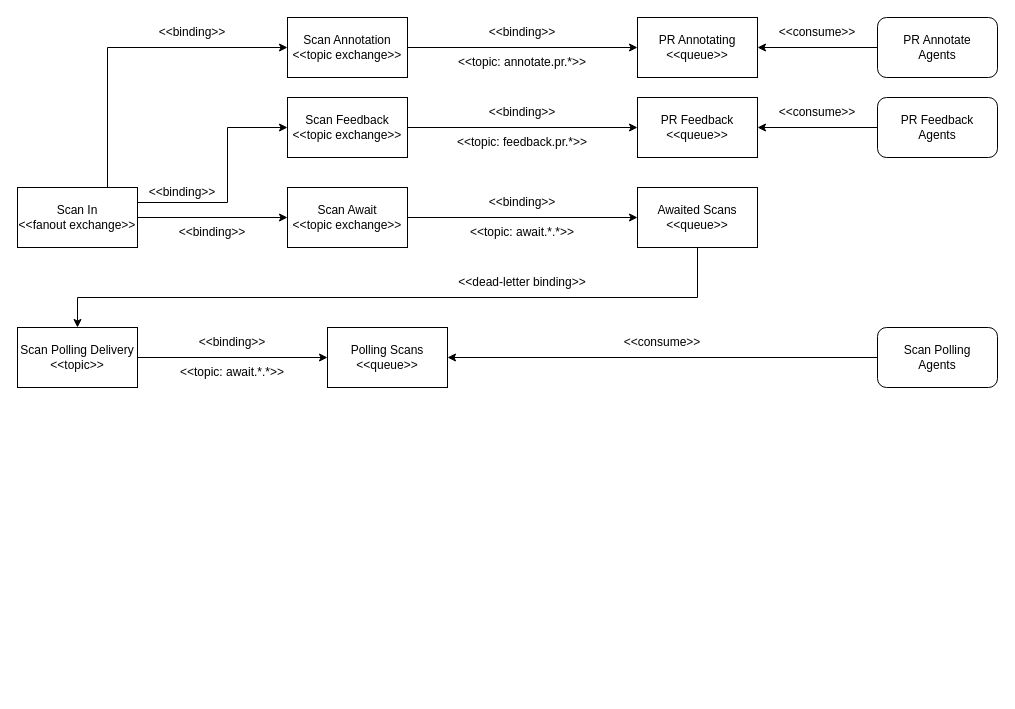
Above: page "Queue" (3 of 9) of manual/graphics/cxoneflow-diagrams.drawio in rattalur/cxone-flow2 (draw.io), before the change. Source tidied: cells renumbered, new cells numbered last; positions are measured from the earlier drawing's top-left corner, leaving out a move shared by most shapes. Both pictures are drawn from the tidied source at 100%, with x=0, y=0 at pixel (17, 17).
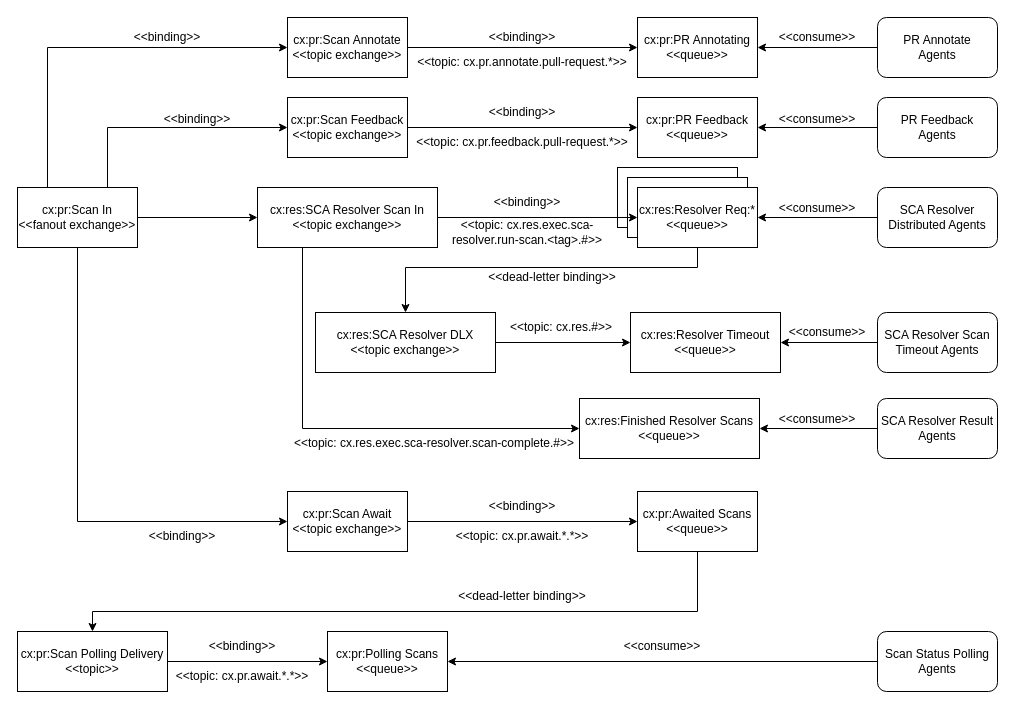
Above is the later version.

Diff of the diagram source:
```diff
@@
+    <mxCell id="40" style="rounded=0;whiteSpace=wrap;html=1;" parent="1" vertex="1">
+      <mxGeometry x="600" y="150" width="120" height="60" as="geometry" />
+    </mxCell>
+    <mxCell id="41" style="rounded=0;whiteSpace=wrap;html=1;" parent="1" vertex="1">
+      <mxGeometry x="610" y="160" width="120" height="60" as="geometry" />
+    </mxCell>
-    <mxCell id="2" value="&lt;div&gt;&lt;span style=&quot;background-color: initial;&quot;&gt;&amp;lt;&amp;lt;topic: await.*.*&amp;gt;&amp;gt;&lt;/span&gt;&lt;br&gt;&lt;/div&gt;" style="text;html=1;align=center;verticalAlign=middle;whiteSpace=wrap;rounded=0;" parent="1" vertex="1">
-      <mxGeometry x="390" y="200" width="230" height="30" as="geometry" />
+    <mxCell id="2" value="&lt;div&gt;&lt;span style=&quot;background-color: initial;&quot;&gt;&amp;lt;&amp;lt;topic: cx.pr.await.*.*&amp;gt;&amp;gt;&lt;/span&gt;&lt;br&gt;&lt;/div&gt;" style="text;html=1;align=center;verticalAlign=middle;whiteSpace=wrap;rounded=0;" parent="1" vertex="1">
+      <mxGeometry x="390" y="504" width="230" height="30" as="geometry" />
     </mxCell>
-    <mxCell id="3" value="Scan In&lt;div&gt;&amp;lt;&amp;lt;fanout exchange&amp;gt;&amp;gt;&lt;/div&gt;" style="rounded=0;whiteSpace=wrap;html=1;" parent="1" vertex="1">
+    <mxCell id="3" value="cx:pr:Scan In&lt;div&gt;&amp;lt;&amp;lt;fanout exchange&amp;gt;&amp;gt;&lt;/div&gt;" style="rounded=0;whiteSpace=wrap;html=1;" parent="1" vertex="1">
       <mxGeometry y="170" width="120" height="60" as="geometry" />
     </mxCell>
-    <mxCell id="4" value="Scan Await&lt;div&gt;&amp;lt;&amp;lt;topic exchange&amp;gt;&amp;gt;&lt;/div&gt;" style="rounded=0;whiteSpace=wrap;html=1;" parent="1" vertex="1">
-      <mxGeometry x="270" y="170" width="120" height="60" as="geometry" />
+    <mxCell id="4" value="cx:pr:Scan Await&lt;div&gt;&amp;lt;&amp;lt;topic exchange&amp;gt;&amp;gt;&lt;/div&gt;" style="rounded=0;whiteSpace=wrap;html=1;" parent="1" vertex="1">
+      <mxGeometry x="270" y="474" width="120" height="60" as="geometry" />
     </mxCell>
-    <mxCell id="5" value="Scan Polling Delivery&lt;div&gt;&amp;lt;&amp;lt;topic&amp;gt;&amp;gt;&lt;/div&gt;" style="rounded=0;whiteSpace=wrap;html=1;" parent="1" vertex="1">
-      <mxGeometry y="310" width="120" height="60" as="geometry" />
+    <mxCell id="5" value="cx:pr:Scan Polling Delivery&lt;div&gt;&amp;lt;&amp;lt;topic&amp;gt;&amp;gt;&lt;/div&gt;" style="rounded=0;whiteSpace=wrap;html=1;" parent="1" vertex="1">
+      <mxGeometry y="614" width="150" height="60" as="geometry" />
     </mxCell>
-    <mxCell id="6" style="endArrow=classic;html=1;rounded=0;entryX=0;entryY=0.5;entryDx=0;entryDy=0;exitX=1;exitY=0.5;exitDx=0;exitDy=0;" parent="1" edge="1" source="3" target="4">
-      <mxGeometry relative="1" as="geometry" />
+    <mxCell id="6" style="endArrow=classic;html=1;rounded=0;entryX=0;entryY=0.5;entryDx=0;entryDy=0;exitX=0.5;exitY=1;exitDx=0;exitDy=0;" parent="1" edge="1" source="3" target="4">
+      <mxGeometry relative="1" as="geometry">
+        <Array as="points">
+          <mxPoint x="60" y="504" />
+        </Array>
+      </mxGeometry>
     </mxCell>
-    <mxCell id="7" value="Polling Scans&lt;div&gt;&amp;lt;&amp;lt;queue&amp;gt;&amp;gt;&lt;/div&gt;" style="rounded=0;whiteSpace=wrap;html=1;" parent="1" vertex="1">
-      <mxGeometry x="310" y="310" width="120" height="60" as="geometry" />
+    <mxCell id="7" value="cx:pr:Polling Scans&lt;div&gt;&amp;lt;&amp;lt;queue&amp;gt;&amp;gt;&lt;/div&gt;" style="rounded=0;whiteSpace=wrap;html=1;" parent="1" vertex="1">
+      <mxGeometry x="310" y="614" width="120" height="60" as="geometry" />
     </mxCell>
-    <mxCell id="8" value="Awaited Scans&lt;div&gt;&amp;lt;&amp;lt;queue&amp;gt;&amp;gt;&lt;/div&gt;" style="rounded=0;whiteSpace=wrap;html=1;" parent="1" vertex="1">
-      <mxGeometry x="620" y="170" width="120" height="60" as="geometry" />
+    <mxCell id="8" value="cx:pr:Awaited Scans&lt;div&gt;&amp;lt;&amp;lt;queue&amp;gt;&amp;gt;&lt;/div&gt;" style="rounded=0;whiteSpace=wrap;html=1;" parent="1" vertex="1">
+      <mxGeometry x="620" y="474" width="120" height="60" as="geometry" />
     </mxCell>
     <mxCell id="9" value="&amp;lt;&amp;lt;binding&amp;gt;&amp;gt;" style="text;html=1;align=center;verticalAlign=middle;whiteSpace=wrap;rounded=0;" parent="1" vertex="1">
-      <mxGeometry x="120" y="200" width="150" height="30" as="geometry" />
+      <mxGeometry x="60" y="504" width="210" height="30" as="geometry" />
     </mxCell>
@@
     <mxCell id="11" value="&amp;lt;&amp;lt;binding&amp;gt;&amp;gt;" style="text;html=1;align=center;verticalAlign=middle;whiteSpace=wrap;rounded=0;" parent="1" vertex="1">
-      <mxGeometry x="390" y="170" width="230" height="30" as="geometry" />
+      <mxGeometry x="390" y="474" width="230" height="30" as="geometry" />
     </mxCell>
     <mxCell id="12" style="endArrow=classic;html=1;rounded=0;exitX=0.5;exitY=1;exitDx=0;exitDy=0;entryX=0.5;entryY=0;entryDx=0;entryDy=0;" parent="1" edge="1" source="8" target="5">
       <mxGeometry relative="1" as="geometry">
         <Array as="points">
-          <mxPoint x="680" y="280" />
-          <mxPoint x="60" y="280" />
+          <mxPoint x="680" y="594" />
+          <mxPoint x="75" y="594" />
         </Array>
       </mxGeometry>
     </mxCell>
     <mxCell id="13" value="&amp;lt;&amp;lt;dead-letter binding&amp;gt;&amp;gt;" style="text;html=1;align=center;verticalAlign=middle;whiteSpace=wrap;rounded=0;" parent="1" vertex="1">
-      <mxGeometry x="390" y="250" width="230" height="30" as="geometry" />
+      <mxGeometry x="390" y="564" width="230" height="30" as="geometry" />
     </mxCell>
@@
     <mxCell id="15" value="&amp;lt;&amp;lt;binding&amp;gt;&amp;gt;" style="text;html=1;align=center;verticalAlign=middle;whiteSpace=wrap;rounded=0;" parent="1" vertex="1">
-      <mxGeometry x="120" y="310" width="190" height="30" as="geometry" />
+      <mxGeometry x="130" y="614" width="190" height="30" as="geometry" />
     </mxCell>
-    <mxCell id="16" value="&lt;div&gt;&lt;span style=&quot;background-color: initial;&quot;&gt;&amp;lt;&amp;lt;topic: await.*.*&amp;gt;&amp;gt;&lt;/span&gt;&lt;br&gt;&lt;/div&gt;" style="text;html=1;align=center;verticalAlign=middle;whiteSpace=wrap;rounded=0;" parent="1" vertex="1">
-      <mxGeometry x="120" y="340" width="190" height="30" as="geometry" />
+    <mxCell id="16" value="&lt;div&gt;&lt;span style=&quot;background-color: initial;&quot;&gt;&amp;lt;&amp;lt;topic: cx.pr.await.*.*&amp;gt;&amp;gt;&lt;/span&gt;&lt;br&gt;&lt;/div&gt;" style="text;html=1;align=center;verticalAlign=middle;whiteSpace=wrap;rounded=0;" parent="1" vertex="1">
+      <mxGeometry x="130" y="644" width="190" height="30" as="geometry" />
     </mxCell>
-    <mxCell id="17" value="Scan Polling&lt;div&gt;Agents&lt;/div&gt;" style="rounded=1;whiteSpace=wrap;html=1;" parent="1" vertex="1">
-      <mxGeometry x="860" y="310" width="120" height="60" as="geometry" />
+    <mxCell id="17" value="Scan Status Polling&lt;div&gt;Agents&lt;/div&gt;" style="rounded=1;whiteSpace=wrap;html=1;" parent="1" vertex="1">
+      <mxGeometry x="860" y="614" width="120" height="60" as="geometry" />
     </mxCell>
@@
     <mxCell id="19" value="&amp;lt;&amp;lt;consume&amp;gt;&amp;gt;" style="text;html=1;align=center;verticalAlign=middle;whiteSpace=wrap;rounded=0;" parent="1" vertex="1">
-      <mxGeometry x="430" y="310" width="430" height="30" as="geometry" />
+      <mxGeometry x="430" y="614" width="430" height="30" as="geometry" />
     </mxCell>
-    <mxCell id="20" value="Scan Feedback&lt;div&gt;&amp;lt;&amp;lt;topic exchange&amp;gt;&amp;gt;&lt;/div&gt;" style="rounded=0;whiteSpace=wrap;html=1;" parent="1" vertex="1">
+    <mxCell id="20" value="cx:pr:Scan Feedback&lt;div&gt;&amp;lt;&amp;lt;topic exchange&amp;gt;&amp;gt;&lt;/div&gt;" style="rounded=0;whiteSpace=wrap;html=1;" parent="1" vertex="1">
       <mxGeometry x="270" y="80" width="120" height="60" as="geometry" />
     </mxCell>
-    <mxCell id="21" style="endArrow=classic;html=1;rounded=0;entryX=0;entryY=0.5;entryDx=0;entryDy=0;exitX=1;exitY=0.25;exitDx=0;exitDy=0;" parent="1" edge="1" source="3" target="20">
-      <mxGeometry relative="1" as="geometry">
-        <Array as="points">
-          <mxPoint x="210" y="185" />
-          <mxPoint x="210" y="110" />
-        </Array>
-      </mxGeometry>
-    </mxCell>
     <mxCell id="22" value="&amp;lt;&amp;lt;binding&amp;gt;&amp;gt;" style="text;html=1;align=center;verticalAlign=middle;whiteSpace=wrap;rounded=0;" parent="1" vertex="1">
-      <mxGeometry x="120" y="160" width="90" height="30" as="geometry" />
+      <mxGeometry x="90" y="87" width="180" height="30" as="geometry" />
     </mxCell>
-    <mxCell id="23" value="PR Feedback&lt;div&gt;&amp;lt;&amp;lt;queue&amp;gt;&amp;gt;&lt;/div&gt;" style="rounded=0;whiteSpace=wrap;html=1;" parent="1" vertex="1">
+    <mxCell id="23" value="cx:pr:PR Feedback&lt;div&gt;&amp;lt;&amp;lt;queue&amp;gt;&amp;gt;&lt;/div&gt;" style="rounded=0;whiteSpace=wrap;html=1;" parent="1" vertex="1">
       <mxGeometry x="620" y="80" width="120" height="60" as="geometry" />
     </mxCell>
@@
-    <mxCell id="26" value="&lt;div&gt;&lt;span style=&quot;background-color: initial;&quot;&gt;&amp;lt;&amp;lt;topic: feedback.pr.*&amp;gt;&amp;gt;&lt;/span&gt;&lt;br&gt;&lt;/div&gt;" style="text;html=1;align=center;verticalAlign=middle;whiteSpace=wrap;rounded=0;" parent="1" vertex="1">
+    <mxCell id="26" value="&lt;div&gt;&lt;span style=&quot;background-color: initial;&quot;&gt;&amp;lt;&amp;lt;topic: cx.pr.feedback.pull-request.*&amp;gt;&amp;gt;&lt;/span&gt;&lt;br&gt;&lt;/div&gt;" style="text;html=1;align=center;verticalAlign=middle;whiteSpace=wrap;rounded=0;" parent="1" vertex="1">
       <mxGeometry x="390" y="110" width="230" height="30" as="geometry" />
     </mxCell>
@@
     <mxCell id="28" value="&amp;lt;&amp;lt;consume&amp;gt;&amp;gt;" style="text;html=1;align=center;verticalAlign=middle;whiteSpace=wrap;rounded=0;" parent="1" vertex="1">
-      <mxGeometry x="740" y="80" width="120" height="30" as="geometry" />
+      <mxGeometry x="740" y="87" width="120" height="30" as="geometry" />
     </mxCell>
@@
-    <mxCell id="30" value="Scan Annotation&lt;div&gt;&amp;lt;&amp;lt;topic exchange&amp;gt;&amp;gt;&lt;/div&gt;" style="rounded=0;whiteSpace=wrap;html=1;" parent="1" vertex="1">
+    <mxCell id="30" value="cx:pr:Scan Annotate&lt;div&gt;&amp;lt;&amp;lt;topic exchange&amp;gt;&amp;gt;&lt;/div&gt;" style="rounded=0;whiteSpace=wrap;html=1;" parent="1" vertex="1">
       <mxGeometry x="270" width="120" height="60" as="geometry" />
     </mxCell>
-    <mxCell id="31" value="PR Annotating&lt;div&gt;&amp;lt;&amp;lt;queue&amp;gt;&amp;gt;&lt;/div&gt;" style="rounded=0;whiteSpace=wrap;html=1;" parent="1" vertex="1">
+    <mxCell id="31" value="cx:pr:PR Annotating&lt;div&gt;&amp;lt;&amp;lt;queue&amp;gt;&amp;gt;&lt;/div&gt;" style="rounded=0;whiteSpace=wrap;html=1;" parent="1" vertex="1">
       <mxGeometry x="620" width="120" height="60" as="geometry" />
     </mxCell>
@@
-    <mxCell id="33" style="endArrow=classic;html=1;rounded=0;exitX=0.75;exitY=0;exitDx=0;exitDy=0;entryX=0;entryY=0.5;entryDx=0;entryDy=0;" parent="1" edge="1" source="3" target="30">
+    <mxCell id="33" style="endArrow=classic;html=1;rounded=0;exitX=0.25;exitY=0;exitDx=0;exitDy=0;entryX=0;entryY=0.5;entryDx=0;entryDy=0;" parent="1" edge="1" source="3" target="30">
       <mxGeometry relative="1" as="geometry">
         <Array as="points">
-          <mxPoint x="90" y="30" />
+          <mxPoint x="30" y="30" />
         </Array>
       </mxGeometry>
     </mxCell>
     <mxCell id="34" value="&amp;lt;&amp;lt;binding&amp;gt;&amp;gt;" style="text;html=1;align=center;verticalAlign=middle;whiteSpace=wrap;rounded=0;" parent="1" vertex="1">
-      <mxGeometry x="130" width="90" height="30" as="geometry" />
+      <mxGeometry x="30" y="5" width="240" height="30" as="geometry" />
     </mxCell>
     <mxCell id="35" value="&amp;lt;&amp;lt;binding&amp;gt;&amp;gt;" style="text;html=1;align=center;verticalAlign=middle;whiteSpace=wrap;rounded=0;" parent="1" vertex="1">
-      <mxGeometry x="390" width="230" height="30" as="geometry" />
+      <mxGeometry x="390" y="5" width="230" height="30" as="geometry" />
     </mxCell>
-    <mxCell id="36" value="&lt;div&gt;&lt;span style=&quot;background-color: initial;&quot;&gt;&amp;lt;&amp;lt;topic: annotate.pr.*&amp;gt;&amp;gt;&lt;/span&gt;&lt;br&gt;&lt;/div&gt;" style="text;html=1;align=center;verticalAlign=middle;whiteSpace=wrap;rounded=0;" parent="1" vertex="1">
+    <mxCell id="36" value="&lt;div&gt;&lt;span style=&quot;background-color: initial;&quot;&gt;&amp;lt;&amp;lt;topic: cx.pr.annotate.pull-request.*&amp;gt;&amp;gt;&lt;/span&gt;&lt;br&gt;&lt;/div&gt;" style="text;html=1;align=center;verticalAlign=middle;whiteSpace=wrap;rounded=0;" parent="1" vertex="1">
       <mxGeometry x="390" y="30" width="230" height="30" as="geometry" />
     </mxCell>
@@
     <mxCell id="39" value="&amp;lt;&amp;lt;consume&amp;gt;&amp;gt;" style="text;html=1;align=center;verticalAlign=middle;whiteSpace=wrap;rounded=0;" parent="1" vertex="1">
-      <mxGeometry x="740" width="120" height="30" as="geometry" />
+      <mxGeometry x="740" y="5" width="120" height="30" as="geometry" />
     </mxCell>
+    <mxCell id="42" value="cx:res:SCA Resolver Scan In&lt;div&gt;&amp;lt;&amp;lt;topic exchange&amp;gt;&amp;gt;&lt;/div&gt;" style="rounded=0;whiteSpace=wrap;html=1;" parent="1" vertex="1">
+      <mxGeometry x="240" y="170" width="180" height="60" as="geometry" />
+    </mxCell>
+    <mxCell id="43" value="cx:res:Resolver Req:*&lt;div&gt;&amp;lt;&amp;lt;queue&amp;gt;&amp;gt;&lt;/div&gt;" style="rounded=0;whiteSpace=wrap;html=1;" parent="1" vertex="1">
+      <mxGeometry x="620" y="170" width="120" height="60" as="geometry" />
+    </mxCell>
+    <mxCell id="44" value="SCA Resolver&lt;div&gt;Distributed Agents&lt;/div&gt;" style="rounded=1;whiteSpace=wrap;html=1;" parent="1" vertex="1">
+      <mxGeometry x="860" y="170" width="120" height="60" as="geometry" />
+    </mxCell>
+    <mxCell id="45" value="&amp;lt;&amp;lt;consume&amp;gt;&amp;gt;" style="text;html=1;align=center;verticalAlign=middle;whiteSpace=wrap;rounded=0;" parent="1" vertex="1">
+      <mxGeometry x="740" y="176" width="120" height="30" as="geometry" />
+    </mxCell>
+    <mxCell id="46" style="endArrow=classic;html=1;rounded=0;exitX=0;exitY=0.5;exitDx=0;exitDy=0;" parent="1" edge="1" source="44">
+      <mxGeometry relative="1" as="geometry">
+        <mxPoint x="740" y="200" as="targetPoint" />
+      </mxGeometry>
+    </mxCell>
+    <mxCell id="47" style="endArrow=classic;html=1;rounded=0;entryX=0;entryY=0.5;entryDx=0;entryDy=0;exitX=1;exitY=0.5;exitDx=0;exitDy=0;" parent="1" edge="1" source="3" target="42">
+      <mxGeometry relative="1" as="geometry" />
+    </mxCell>
+    <mxCell id="48" style="endArrow=classic;html=1;rounded=0;entryX=0;entryY=0.5;entryDx=0;entryDy=0;exitX=1;exitY=0.5;exitDx=0;exitDy=0;" parent="1" edge="1" source="42" target="43">
+      <mxGeometry relative="1" as="geometry" />
+    </mxCell>
+    <mxCell id="49" value="&amp;lt;&amp;lt;binding&amp;gt;&amp;gt;" style="text;html=1;align=center;verticalAlign=middle;whiteSpace=wrap;rounded=0;" parent="1" vertex="1">
+      <mxGeometry x="395" y="170" width="230" height="30" as="geometry" />
+    </mxCell>
+    <mxCell id="50" value="&lt;div&gt;&lt;span style=&quot;background-color: initial;&quot;&gt;&amp;lt;&amp;lt;topic: cx.res.exec.sca-resolver.run-scan.&amp;lt;tag&amp;gt;.#&amp;gt;&amp;gt;&lt;/span&gt;&lt;br&gt;&lt;/div&gt;" style="text;html=1;align=center;verticalAlign=middle;whiteSpace=wrap;rounded=0;" parent="1" vertex="1">
+      <mxGeometry x="420" y="200" width="180" height="30" as="geometry" />
+    </mxCell>
+    <mxCell id="51" value="SCA Resolver Result Agents" style="rounded=1;whiteSpace=wrap;html=1;" parent="1" vertex="1">
+      <mxGeometry x="860" y="381" width="120" height="60" as="geometry" />
+    </mxCell>
+    <mxCell id="52" value="&amp;lt;&amp;lt;consume&amp;gt;&amp;gt;" style="text;html=1;align=center;verticalAlign=middle;whiteSpace=wrap;rounded=0;" parent="1" vertex="1">
+      <mxGeometry x="755" y="387" width="90" height="30" as="geometry" />
+    </mxCell>
+    <mxCell id="53" value="cx:res:Finished Resolver Scans&lt;div&gt;&amp;lt;&amp;lt;queue&amp;gt;&amp;gt;&lt;/div&gt;" style="rounded=0;whiteSpace=wrap;html=1;" parent="1" vertex="1">
+      <mxGeometry x="562" y="381" width="180" height="60" as="geometry" />
+    </mxCell>
+    <mxCell id="54" style="endArrow=classic;html=1;rounded=0;exitX=0;exitY=0.5;exitDx=0;exitDy=0;entryX=1;entryY=0.5;entryDx=0;entryDy=0;" parent="1" edge="1" source="51" target="53">
+      <mxGeometry relative="1" as="geometry" />
+    </mxCell>
+    <mxCell id="55" style="endArrow=classic;html=1;rounded=0;exitX=0.25;exitY=1;exitDx=0;exitDy=0;entryX=0;entryY=0.5;entryDx=0;entryDy=0;" parent="1" edge="1" source="42" target="53">
+      <mxGeometry relative="1" as="geometry">
+        <Array as="points">
+          <mxPoint x="285" y="411" />
+        </Array>
+      </mxGeometry>
+    </mxCell>
+    <mxCell id="56" value="cx:res:SCA Resolver DLX&lt;div&gt;&amp;lt;&amp;lt;topic exchange&amp;gt;&amp;gt;&lt;/div&gt;" style="rounded=0;whiteSpace=wrap;html=1;" parent="1" vertex="1">
+      <mxGeometry x="298" y="295" width="180" height="60" as="geometry" />
+    </mxCell>
+    <mxCell id="57" style="endArrow=classic;html=1;rounded=0;entryX=0.5;entryY=0;entryDx=0;entryDy=0;exitX=0.5;exitY=1;exitDx=0;exitDy=0;" parent="1" edge="1" source="43" target="56">
+      <mxGeometry relative="1" as="geometry">
+        <Array as="points">
+          <mxPoint x="680" y="250" />
+          <mxPoint x="388" y="250" />
+        </Array>
+      </mxGeometry>
+    </mxCell>
+    <mxCell id="58" value="SCA Resolver Scan Timeout Agents" style="rounded=1;whiteSpace=wrap;html=1;" parent="1" vertex="1">
+      <mxGeometry x="860" y="295" width="120" height="60" as="geometry" />
+    </mxCell>
+    <mxCell id="59" value="cx:res:Resolver Timeout&lt;div&gt;&amp;lt;&amp;lt;queue&amp;gt;&amp;gt;&lt;/div&gt;" style="rounded=0;whiteSpace=wrap;html=1;" parent="1" vertex="1">
+      <mxGeometry x="613" y="295" width="150" height="60" as="geometry" />
+    </mxCell>
+    <mxCell id="60" style="endArrow=classic;html=1;rounded=0;exitX=1;exitY=0.5;exitDx=0;exitDy=0;entryX=0;entryY=0.5;entryDx=0;entryDy=0;" parent="1" edge="1" source="56" target="59">
+      <mxGeometry relative="1" as="geometry" />
+    </mxCell>
+    <mxCell id="61" value="&lt;div&gt;&lt;span style=&quot;background-color: initial;&quot;&gt;&amp;lt;&amp;lt;topic: cx.res.#&amp;gt;&amp;gt;&lt;/span&gt;&lt;br&gt;&lt;/div&gt;" style="text;html=1;align=center;verticalAlign=middle;whiteSpace=wrap;rounded=0;" parent="1" vertex="1">
+      <mxGeometry x="478" y="295" width="132" height="30" as="geometry" />
+    </mxCell>
+    <mxCell id="62" style="endArrow=classic;html=1;rounded=0;entryX=1;entryY=0.5;entryDx=0;entryDy=0;exitX=0;exitY=0.5;exitDx=0;exitDy=0;" parent="1" edge="1" source="58" target="59">
+      <mxGeometry relative="1" as="geometry" />
+    </mxCell>
+    <mxCell id="63" value="&amp;lt;&amp;lt;consume&amp;gt;&amp;gt;" style="text;html=1;align=center;verticalAlign=middle;whiteSpace=wrap;rounded=0;" parent="1" vertex="1">
+      <mxGeometry x="760" y="300" width="100" height="30" as="geometry" />
+    </mxCell>
+    <mxCell id="64" value="&amp;lt;&amp;lt;dead-letter binding&amp;gt;&amp;gt;" style="text;html=1;align=center;verticalAlign=middle;whiteSpace=wrap;rounded=0;" parent="1" vertex="1">
+      <mxGeometry x="390" y="245" width="290" height="30" as="geometry" />
+    </mxCell>
+    <mxCell id="65" value="&lt;div&gt;&lt;span style=&quot;background-color: initial;&quot;&gt;&amp;lt;&amp;lt;topic: cx.res.exec.sca-resolver.scan-complete.#&amp;gt;&amp;gt;&lt;/span&gt;&lt;br&gt;&lt;/div&gt;" style="text;html=1;align=center;verticalAlign=middle;whiteSpace=wrap;rounded=0;" parent="1" vertex="1">
+      <mxGeometry x="272" y="411" width="290" height="30" as="geometry" />
+    </mxCell>
+    <mxCell id="21" style="endArrow=classic;html=1;rounded=0;exitX=0.75;exitY=0;exitDx=0;exitDy=0;entryX=0;entryY=0.5;entryDx=0;entryDy=0;" parent="1" edge="1" source="3" target="20">
+      <mxGeometry relative="1" as="geometry">
+        <Array as="points">
+          <mxPoint x="90" y="110" />
+        </Array>
+      </mxGeometry>
+    </mxCell>
```
